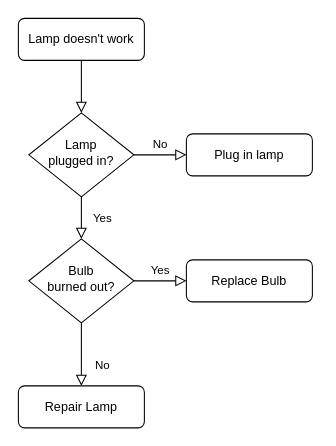
Above: Lichen_classification.drawio in chitrabaniya/climate (draw.io), before the change. Source tidied: cells renumbered, new cells numbered last; positions are measured from the earlier drawing's top-left corner, leaving out a move shared by most shapes. Both pictures are drawn from the tidied source at 105%, with x=0, y=0 at pixel (18, 18).
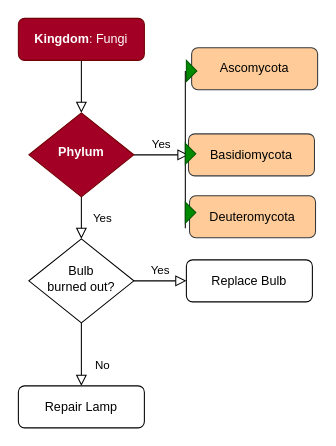
After the change.

Diff of the diagram source:
```diff
@@
 <mxGraphModel>
   <root>
     <mxCell id="0" />
     <mxCell id="1" parent="0" />
     <mxCell id="2" style="rounded=0;html=1;jettySize=auto;fontSize=11;endArrow=block;endFill=0;endSize=8;strokeWidth=1;shadow=0;labelBackgroundColor=none;edgeStyle=orthogonalEdgeStyle;" parent="1" edge="1" source="3" target="6">
       <mxGeometry relative="1" as="geometry" />
     </mxCell>
-    <mxCell id="3" value="Lamp doesn't work" style="rounded=1;whiteSpace=wrap;html=1;fontSize=12;glass=0;strokeWidth=1;shadow=0;" parent="1" vertex="1">
+    <mxCell id="3" value="&lt;strong&gt;Kingdom&lt;/strong&gt;: Fungi" style="rounded=1;whiteSpace=wrap;html=1;fontSize=12;glass=0;strokeWidth=1;shadow=0;fillColor=#a20025;fontColor=#ffffff;strokeColor=#6F0000;" parent="1" vertex="1">
       <mxGeometry width="120" height="40" as="geometry" />
     </mxCell>
     <mxCell id="4" value="Yes" style="rounded=0;html=1;jettySize=auto;fontSize=11;endArrow=block;endFill=0;endSize=8;strokeWidth=1;shadow=0;labelBackgroundColor=none;edgeStyle=orthogonalEdgeStyle;" parent="1" edge="1" source="6" target="10">
       <mxGeometry y="20" relative="1" as="geometry" />
     </mxCell>
-    <mxCell id="5" value="No" style="edgeStyle=orthogonalEdgeStyle;rounded=0;html=1;jettySize=auto;fontSize=11;endArrow=block;endFill=0;endSize=8;strokeWidth=1;shadow=0;labelBackgroundColor=none;" parent="1" edge="1" source="6" target="7">
+    <mxCell id="5" value="Yes" style="edgeStyle=orthogonalEdgeStyle;rounded=0;html=1;jettySize=auto;fontSize=11;endArrow=block;endFill=0;endSize=8;strokeWidth=1;shadow=0;labelBackgroundColor=none;" parent="1" edge="1" source="6" target="7">
       <mxGeometry y="10" relative="1" as="geometry" />
     </mxCell>
-    <mxCell id="6" value="Lamp&lt;br&gt;plugged in?" style="rhombus;whiteSpace=wrap;html=1;shadow=0;fontFamily=Helvetica;fontSize=12;align=center;strokeWidth=1;spacing=6;spacingTop=-4;" parent="1" vertex="1">
+    <mxCell id="6" value="&lt;strong&gt;Phylum&lt;/strong&gt;" style="rhombus;whiteSpace=wrap;html=1;shadow=0;fontFamily=Helvetica;fontSize=12;align=center;strokeWidth=1;spacing=6;spacingTop=-4;fillColor=#a20025;fontColor=#ffffff;strokeColor=#6F0000;" parent="1" vertex="1">
       <mxGeometry x="10" y="90" width="100" height="80" as="geometry" />
     </mxCell>
-    <mxCell id="7" value="Plug in lamp" style="rounded=1;whiteSpace=wrap;html=1;fontSize=12;glass=0;strokeWidth=1;shadow=0;" parent="1" vertex="1">
-      <mxGeometry x="160" y="110" width="120" height="40" as="geometry" />
+    <mxCell id="7" value="Basidiomycota" style="rounded=1;whiteSpace=wrap;html=1;fontSize=12;glass=0;strokeWidth=1;shadow=0;fillColor=#ffcc99;strokeColor=#36393d;" parent="1" vertex="1">
+      <mxGeometry x="162" y="110" width="120" height="40" as="geometry" />
     </mxCell>
     <mxCell id="8" value="No" style="rounded=0;html=1;jettySize=auto;fontSize=11;endArrow=block;endFill=0;endSize=8;strokeWidth=1;shadow=0;labelBackgroundColor=none;edgeStyle=orthogonalEdgeStyle;" parent="1" edge="1" source="10" target="11">
       <mxGeometry x="0.33" y="20" relative="1" as="geometry" />
     </mxCell>
     <mxCell id="9" value="Yes" style="edgeStyle=orthogonalEdgeStyle;rounded=0;html=1;jettySize=auto;fontSize=11;endArrow=block;endFill=0;endSize=8;strokeWidth=1;shadow=0;labelBackgroundColor=none;" parent="1" edge="1" source="10" target="12">
       <mxGeometry y="10" relative="1" as="geometry" />
     </mxCell>
     <mxCell id="10" value="Bulb&lt;br&gt;burned out?" style="rhombus;whiteSpace=wrap;html=1;shadow=0;fontFamily=Helvetica;fontSize=12;align=center;strokeWidth=1;spacing=6;spacingTop=-4;" parent="1" vertex="1">
       <mxGeometry x="10" y="210" width="100" height="80" as="geometry" />
     </mxCell>
     <mxCell id="11" value="Repair Lamp" style="rounded=1;whiteSpace=wrap;html=1;fontSize=12;glass=0;strokeWidth=1;shadow=0;" parent="1" vertex="1">
       <mxGeometry y="350" width="120" height="40" as="geometry" />
     </mxCell>
     <mxCell id="12" value="Replace Bulb" style="rounded=1;whiteSpace=wrap;html=1;fontSize=12;glass=0;strokeWidth=1;shadow=0;" parent="1" vertex="1">
       <mxGeometry x="160" y="230" width="120" height="40" as="geometry" />
     </mxCell>
+    <mxCell id="13" style="endArrow=none;html=1;rounded=0;" parent="1" edge="1">
+      <mxGeometry relative="1" as="geometry">
+        <mxPoint x="159" y="200" as="sourcePoint" />
+        <mxPoint x="159" y="50" as="targetPoint" />
+      </mxGeometry>
+    </mxCell>
+    <mxCell id="14" value="Ascomycota" style="rounded=1;whiteSpace=wrap;html=1;fontSize=12;glass=0;strokeWidth=1;shadow=0;fillColor=#ffcc99;strokeColor=#36393d;" parent="1" vertex="1">
+      <mxGeometry x="165" y="28" width="120" height="40" as="geometry" />
+    </mxCell>
+    <mxCell id="15" value="Deuteromycota" style="rounded=1;whiteSpace=wrap;html=1;fontSize=12;glass=0;strokeWidth=1;shadow=0;fillColor=#ffcc99;strokeColor=#36393d;" parent="1" vertex="1">
+      <mxGeometry x="163" y="169" width="120" height="40" as="geometry" />
+    </mxCell>
+    <mxCell id="16" style="triangle;whiteSpace=wrap;html=1;strokeColor=#005700;fillStyle=solid;fillColor=#008a00;fontColor=#ffffff;" parent="1" vertex="1">
+      <mxGeometry x="160" y="40" width="10" height="20" as="geometry" />
+    </mxCell>
+    <mxCell id="17" style="triangle;whiteSpace=wrap;html=1;strokeColor=#005700;fillStyle=solid;fillColor=#008a00;fontColor=#ffffff;" parent="1" vertex="1">
+      <mxGeometry x="159" y="119" width="10" height="20" as="geometry" />
+    </mxCell>
+    <mxCell id="18" style="triangle;whiteSpace=wrap;html=1;strokeColor=#005700;fillStyle=solid;fillColor=#008a00;fontColor=#ffffff;" parent="1" vertex="1">
+      <mxGeometry x="159" y="175" width="10" height="20" as="geometry" />
+    </mxCell>
   </root>
 </mxGraphModel>
```
